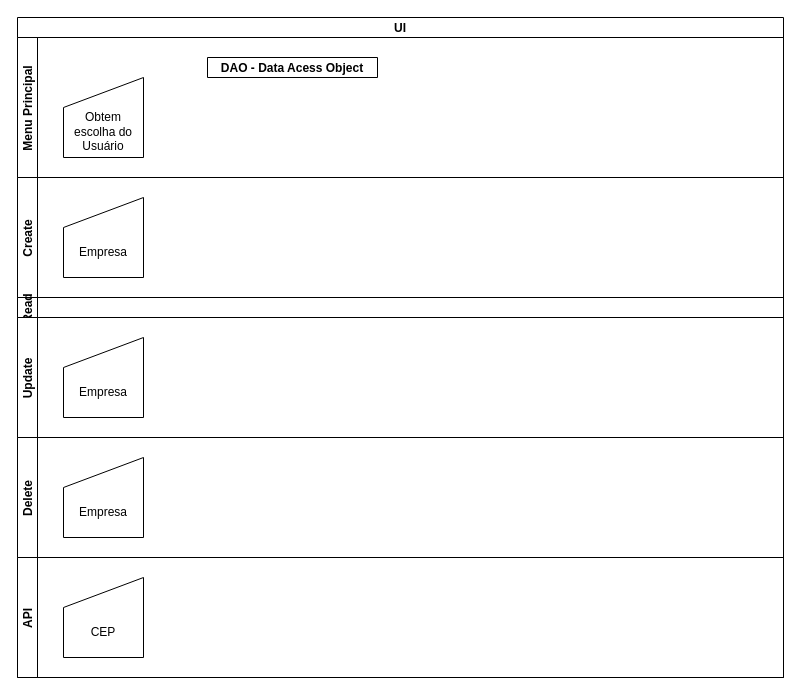
The draw.io diagram page "UI" (2 of 4) of abstracao.drawio in Luanftg/cadastro-empresa-dart, before the edit. Source tidied: cells renumbered, new cells numbered last; positions are measured from the earlier drawing's top-left corner, leaving out a move shared by most shapes. Both pictures are drawn from the tidied source at 100%, with x=0, y=0 at pixel (17, 17).
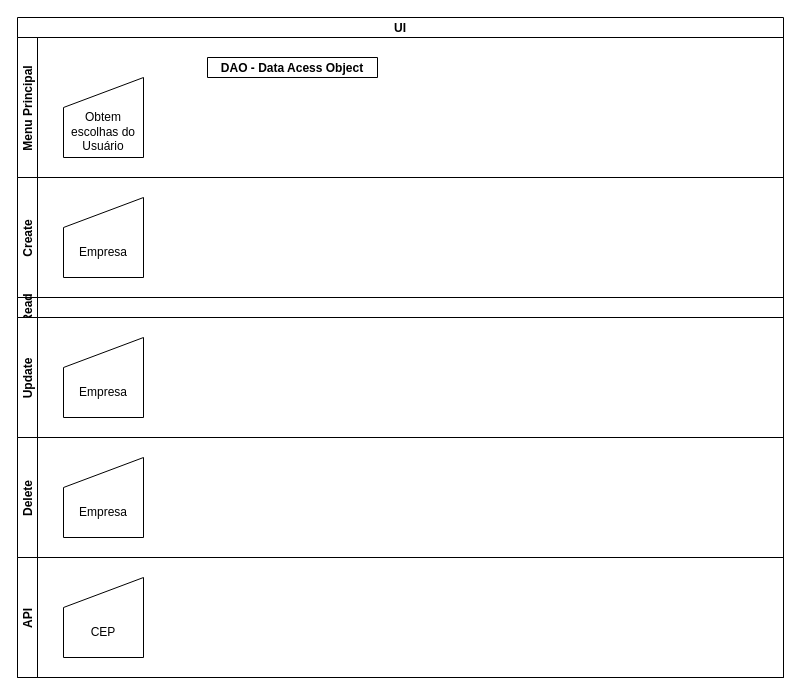
After the change.

Diff of the diagram source:
```diff
@@
 <mxGraphModel>
   <root>
     <mxCell id="0" />
     <mxCell id="1" parent="0" />
     <mxCell id="2" value="UI" style="swimlane;horizontal=1;startSize=20;" parent="1" vertex="1">
       <mxGeometry width="766" height="660" as="geometry" />
     </mxCell>
     <mxCell id="3" value="Menu Principal" style="swimlane;startSize=20;horizontal=0;" parent="2" vertex="1">
       <mxGeometry y="20" width="766" height="140" as="geometry" />
     </mxCell>
-    <mxCell id="4" value="&lt;br&gt;&lt;br&gt;Obtem escolha do Usuário" style="shape=manualInput;whiteSpace=wrap;html=1;" parent="3" vertex="1">
+    <mxCell id="4" value="&lt;br&gt;&lt;br&gt;Obtem escolhas do Usuário" style="shape=manualInput;whiteSpace=wrap;html=1;" parent="3" vertex="1">
       <mxGeometry x="46" y="40" width="80" height="80" as="geometry" />
     </mxCell>
     <mxCell id="5" value="DAO - Data Acess Object" style="swimlane;horizontal=1;startSize=20;" parent="3" vertex="1" collapsed="1">
       <mxGeometry x="190" y="20" width="170" height="20" as="geometry" />
     </mxCell>
     <mxCell id="6" value="Create" style="swimlane;startSize=20;horizontal=0;" parent="2" vertex="1">
       <mxGeometry y="160" width="766" height="120" as="geometry" />
     </mxCell>
     <mxCell id="7" value="&lt;br&gt;&lt;br&gt;Empresa" style="shape=manualInput;whiteSpace=wrap;html=1;" parent="6" vertex="1">
       <mxGeometry x="46" y="20" width="80" height="80" as="geometry" />
     </mxCell>
     <mxCell id="8" value="Read" style="swimlane;startSize=20;horizontal=0;" parent="2" vertex="1" collapsed="1">
       <mxGeometry y="280" width="766" height="20" as="geometry" />
     </mxCell>
     <mxCell id="9" value="Update" style="swimlane;startSize=20;horizontal=0;" parent="2" vertex="1">
       <mxGeometry y="300" width="766" height="120" as="geometry" />
     </mxCell>
     <mxCell id="10" value="&lt;br&gt;&lt;br&gt;Empresa" style="shape=manualInput;whiteSpace=wrap;html=1;" parent="9" vertex="1">
       <mxGeometry x="46" y="20" width="80" height="80" as="geometry" />
     </mxCell>
     <mxCell id="11" value="Delete" style="swimlane;startSize=20;horizontal=0;" parent="2" vertex="1">
       <mxGeometry y="420" width="766" height="120" as="geometry" />
     </mxCell>
     <mxCell id="12" value="&lt;br&gt;&lt;br&gt;Empresa" style="shape=manualInput;whiteSpace=wrap;html=1;" parent="11" vertex="1">
       <mxGeometry x="46" y="20" width="80" height="80" as="geometry" />
     </mxCell>
     <mxCell id="13" value="API" style="swimlane;startSize=20;horizontal=0;" parent="2" vertex="1">
       <mxGeometry y="540" width="766" height="120" as="geometry" />
     </mxCell>
     <mxCell id="14" value="&lt;br&gt;&lt;br&gt;CEP" style="shape=manualInput;whiteSpace=wrap;html=1;" parent="13" vertex="1">
       <mxGeometry x="46" y="20" width="80" height="80" as="geometry" />
     </mxCell>
   </root>
 </mxGraphModel>
```
